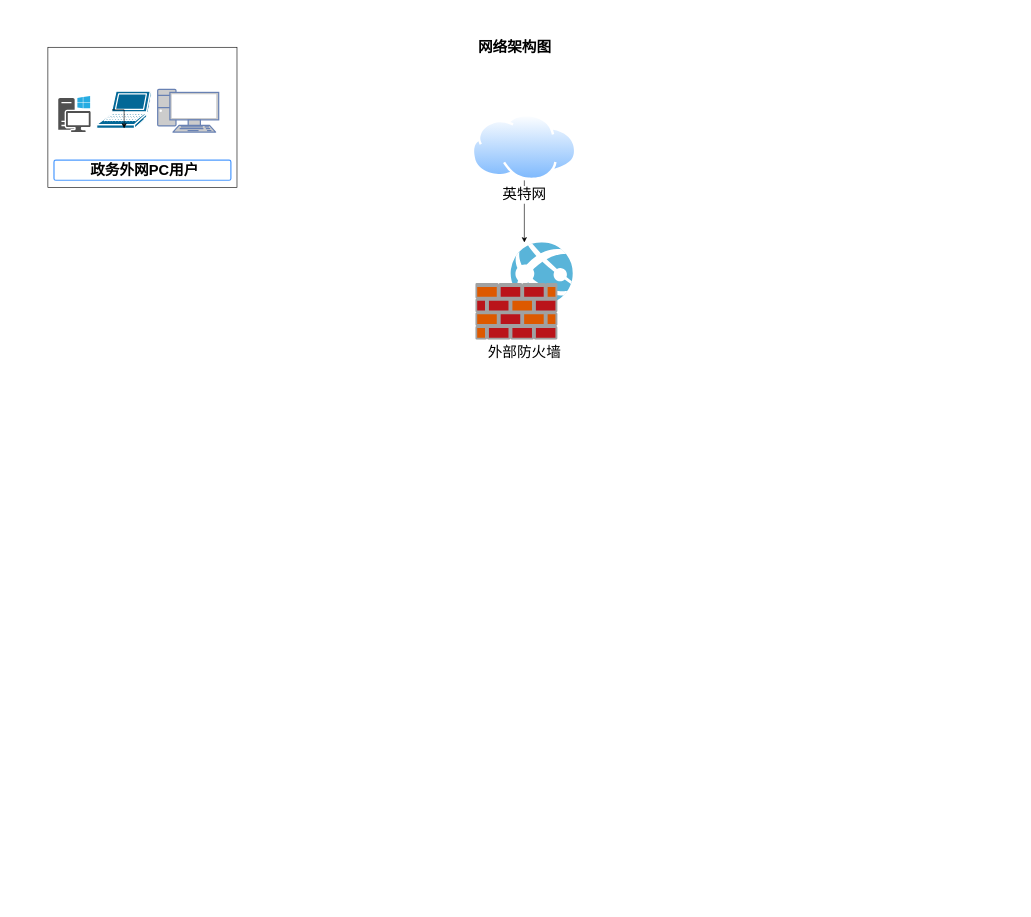
The draw.io diagram network/未命名绘图.drawio in MarchAwake/design-graph, before the edit. Source tidied: cells renumbered, new cells numbered last; positions are measured from the earlier drawing's top-left corner, leaving out a move shared by most shapes. Both pictures are drawn from the tidied source at 61%, with x=0, y=0 at pixel (48, 35). Pictures stored in the file or linked from it are replaced by grey dashed boxes.
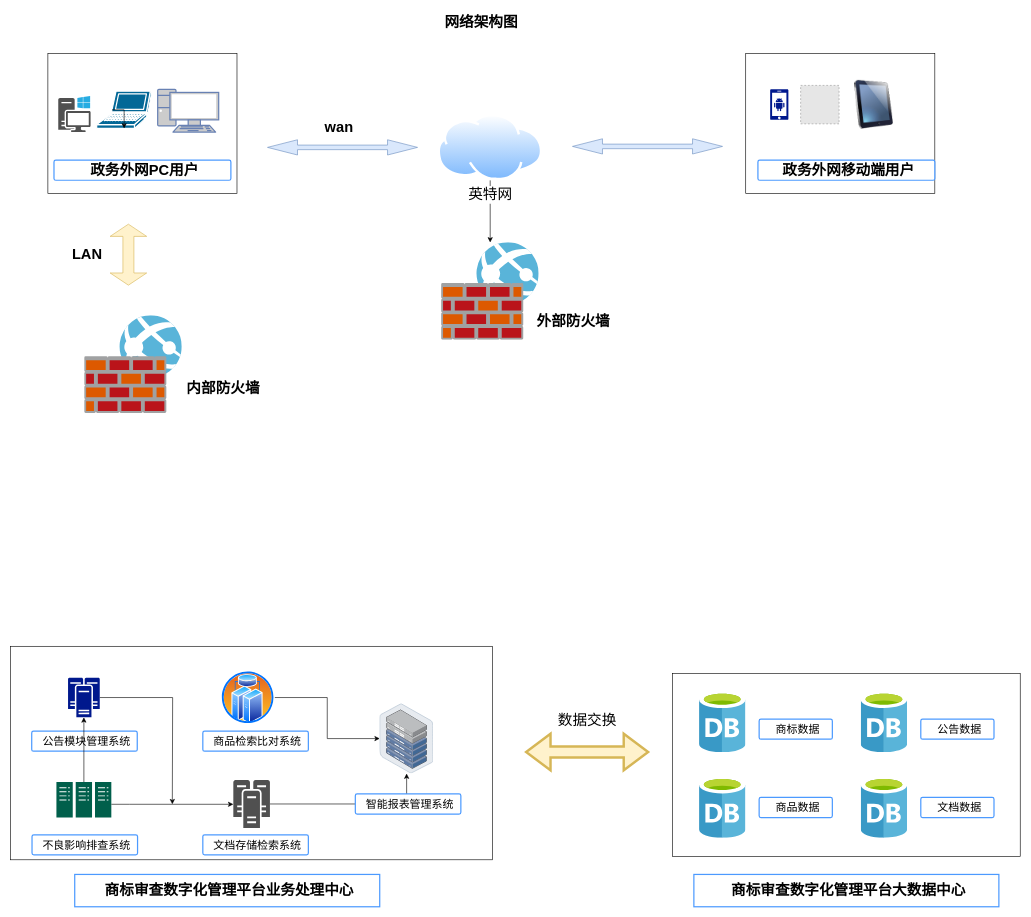
The same diagram, later.

Commit message:
更新未命名绘图.drawio

The edit, as a diff of the source:
```diff
@@
+    <mxCell id="12" style="rounded=0;whiteSpace=wrap;html=1;" parent="1" vertex="1">
+      <mxGeometry x="1024" y="1046.3" width="570" height="300" as="geometry" />
+    </mxCell>
+    <mxCell id="13" style="rounded=0;whiteSpace=wrap;html=1;" parent="1" vertex="1">
+      <mxGeometry x="1144" y="30" width="310" height="230" as="geometry" />
+    </mxCell>
     <mxCell id="2" style="rounded=0;whiteSpace=wrap;html=1;" parent="1" vertex="1">
-      <mxGeometry y="20" width="310" height="230" as="geometry" />
+      <mxGeometry y="30" width="310" height="230" as="geometry" />
     </mxCell>
     <mxCell id="3" value="网络架构图" style="text;strokeColor=none;fillColor=none;html=1;fontSize=24;fontStyle=1;verticalAlign=middle;align=center;" parent="1" vertex="1">
-      <mxGeometry x="480" width="570" height="40" as="geometry" />
+      <mxGeometry x="430" y="-40" width="560" height="40" as="geometry" />
     </mxCell>
-    <mxCell id="4" value="&lt;font face=&quot;Garamond&quot; style=&quot;font-size: 24px;&quot;&gt;外部防火墙&lt;/font&gt;" style="image;sketch=0;html=1;points=[];align=center;fontSize=12;image=img/lib/mscae/Web_App_Firewall.svg;" parent="1" vertex="1">
-      <mxGeometry x="701.1" y="340" width="160" height="160" as="geometry" />
+    <mxCell id="4" style="image;sketch=0;html=1;points=[];align=center;fontSize=12;image=img/lib/mscae/Web_App_Firewall.svg;" parent="1" vertex="1">
+      <mxGeometry x="645.1" y="340" width="160" height="160" as="geometry" />
     </mxCell>
@@
     <mxCell id="6" value="&lt;font face=&quot;Garamond&quot; style=&quot;font-size: 24px;&quot;&gt;英特网&lt;/font&gt;" style="image;perimeter=ellipsePerimeter;html=1;align=center;shadow=0;dashed=0;spacingTop=3;image=img/lib/active_directory/internet_cloud.svg;" parent="1" vertex="1">
-      <mxGeometry x="695.2" y="130" width="171.8" height="108.2" as="geometry" />
+      <mxGeometry x="639.2" y="130" width="171.8" height="108.2" as="geometry" />
     </mxCell>
@@
+    <mxCell id="14" style="sketch=0;shadow=0;dashed=0;html=1;strokeColor=none;labelPosition=center;verticalLabelPosition=bottom;verticalAlign=top;align=center;fillColor=#00188D;shape=mxgraph.mscae.enterprise.android_phone;" parent="1" vertex="1">
+      <mxGeometry x="1184" y="89" width="30" height="50" as="geometry" />
+    </mxCell>
+    <mxCell id="15" style="fillColor=#E6E6E6;strokeColor=#999999;dashed=1;html=1;verticalAlign=top;verticalLabelPosition=bottom;labelBackgroundColor=#ffffff;" parent="1" vertex="1">
+      <mxGeometry x="1234" y="82.5" width="63" height="63" as="geometry" />
+    </mxCell>
+    <mxCell id="16" style="image;html=1;image=img/lib/clip_art/computers/iPad_128x128.png;" parent="1" vertex="1">
+      <mxGeometry x="1314" y="74" width="80" height="80" as="geometry" />
+    </mxCell>
+    <mxCell id="17" value="&lt;font style=&quot;font-size: 24px;&quot;&gt;&lt;b&gt;政务外网移动端用户&lt;/b&gt;&lt;/font&gt;" style="rounded=1;arcSize=9;align=center;spacingLeft=5;strokeColor=#4C9AFF;html=1;strokeWidth=2;fontSize=12;" parent="1" vertex="1">
+      <mxGeometry x="1164" y="205" width="290" height="33" as="geometry" />
+    </mxCell>
+    <mxCell id="18" style="image;sketch=0;html=1;align=center;fontSize=12;image=img/lib/mscae/Database_General.svg;" parent="1" vertex="1">
+      <mxGeometry x="1068" y="1076.3" width="76" height="100" as="geometry" />
+    </mxCell>
+    <mxCell id="19" style="image;sketch=0;html=1;align=center;fontSize=12;image=img/lib/mscae/Database_General.svg;" parent="1" vertex="1">
+      <mxGeometry x="1333.1" y="1076.3" width="76" height="100" as="geometry" />
+    </mxCell>
+    <mxCell id="20" style="image;sketch=0;html=1;align=center;fontSize=12;image=img/lib/mscae/Database_General.svg;" parent="1" vertex="1">
+      <mxGeometry x="1333.1" y="1216.3" width="76" height="100" as="geometry" />
+    </mxCell>
+    <mxCell id="21" style="image;sketch=0;html=1;align=center;fontSize=12;image=img/lib/mscae/Database_General.svg;" parent="1" vertex="1">
+      <mxGeometry x="1068" y="1216.3" width="76" height="100" as="geometry" />
+    </mxCell>
+    <mxCell id="22" value="&lt;font style=&quot;font-size: 18px;&quot;&gt;商标数据&lt;/font&gt;" style="rounded=1;arcSize=9;fillColor=#ffffff;align=center;spacingLeft=5;strokeColor=#4C9AFF;html=1;strokeWidth=2;fontSize=12;" parent="1" vertex="1">
+      <mxGeometry x="1166" y="1121.3" width="120" height="33" as="geometry" />
+    </mxCell>
+    <mxCell id="23" value="&lt;span style=&quot;font-size: 18px;&quot;&gt;商品数据&lt;/span&gt;" style="rounded=1;arcSize=9;fillColor=#ffffff;align=center;spacingLeft=5;strokeColor=#4C9AFF;html=1;strokeWidth=2;fontSize=12;" parent="1" vertex="1">
+      <mxGeometry x="1166" y="1249.8" width="120" height="33" as="geometry" />
+    </mxCell>
+    <mxCell id="24" value="&lt;font style=&quot;font-size: 18px;&quot;&gt;公告数据&lt;/font&gt;" style="rounded=1;arcSize=9;fillColor=#ffffff;align=center;spacingLeft=5;strokeColor=#4C9AFF;html=1;strokeWidth=2;fontSize=12;" parent="1" vertex="1">
+      <mxGeometry x="1431" y="1121.3" width="120" height="33" as="geometry" />
+    </mxCell>
+    <mxCell id="25" value="&lt;font style=&quot;font-size: 18px;&quot;&gt;文档数据&lt;/font&gt;" style="rounded=1;arcSize=9;fillColor=#ffffff;align=center;spacingLeft=5;strokeColor=#4C9AFF;html=1;strokeWidth=2;fontSize=12;" parent="1" vertex="1">
+      <mxGeometry x="1431" y="1249.8" width="120" height="33" as="geometry" />
+    </mxCell>
+    <mxCell id="26" value="&lt;p class=&quot;MsoNormal&quot;&gt;&lt;font style=&quot;font-size: 24px;&quot;&gt;&lt;b style=&quot;&quot;&gt;商标审查数字化管理平台大数据中心&lt;/b&gt;&lt;/font&gt;&lt;/p&gt;" style="rounded=1;arcSize=0;align=center;spacingLeft=5;strokeColor=#4C9AFF;html=1;strokeWidth=2;fontSize=12;" parent="1" vertex="1">
+      <mxGeometry x="1059" y="1376" width="500" height="53" as="geometry" />
+    </mxCell>
+    <mxCell id="27" value="&lt;p class=&quot;MsoNormal&quot;&gt;&lt;font style=&quot;font-size: 24px;&quot;&gt;&lt;b style=&quot;&quot;&gt;商标审查数字化管理平台业务处理中心&lt;/b&gt;&lt;/font&gt;&lt;/p&gt;" style="rounded=1;arcSize=0;align=center;spacingLeft=5;strokeColor=#4C9AFF;html=1;strokeWidth=2;fontSize=12;" parent="1" vertex="1">
+      <mxGeometry x="44" y="1376" width="500" height="53" as="geometry" />
+    </mxCell>
+    <mxCell id="28" style="rounded=0;whiteSpace=wrap;html=1;" parent="1" vertex="1">
+      <mxGeometry x="-61" y="1002" width="790" height="350" as="geometry" />
+    </mxCell>
+    <mxCell id="29" style="edgeStyle=orthogonalEdgeStyle;rounded=0;jettySize=auto;html=1;" parent="1" edge="1" source="30">
+      <mxGeometry relative="1" as="geometry">
+        <mxPoint x="204" y="1261" as="targetPoint" />
+      </mxGeometry>
+    </mxCell>
+    <mxCell id="30" style="sketch=0;shadow=0;dashed=0;html=1;strokeColor=none;labelPosition=center;verticalLabelPosition=bottom;verticalAlign=top;align=center;fillColor=#00188D;shape=mxgraph.mscae.enterprise.cluster_server;" parent="1" vertex="1">
+      <mxGeometry x="33" y="1053.5" width="52" height="65" as="geometry" />
+    </mxCell>
+    <mxCell id="31" value="&lt;font style=&quot;font-size: 18px;&quot;&gt;公告模块管理系统&lt;/font&gt;" style="rounded=1;arcSize=9;fillColor=#ffffff;align=center;spacingLeft=5;strokeColor=#4C9AFF;html=1;strokeWidth=2;fontSize=12;" parent="1" vertex="1">
+      <mxGeometry x="-26.5" y="1141" width="173" height="33" as="geometry" />
+    </mxCell>
+    <mxCell id="32" style="edgeStyle=orthogonalEdgeStyle;rounded=0;jettySize=auto;html=1;exitX=1;exitY=0.5;exitDx=0;exitDy=0;" parent="1" edge="1" source="33" target="42">
+      <mxGeometry relative="1" as="geometry" />
+    </mxCell>
+    <mxCell id="33" style="image;perimeter=ellipsePerimeter;html=1;align=center;shadow=0;dashed=0;spacingTop=3;image=img/lib/active_directory/cluster_server.svg;" parent="1" vertex="1">
+      <mxGeometry x="284" y="1042" width="88" height="88" as="geometry" />
+    </mxCell>
+    <mxCell id="34" value="&lt;p class=&quot;MsoNormal&quot;&gt;&lt;font style=&quot;font-size: 18px;&quot;&gt;商品检索比对系统&lt;/font&gt;&lt;/p&gt;" style="rounded=1;arcSize=9;fillColor=#ffffff;align=center;spacingLeft=5;strokeColor=#4C9AFF;html=1;strokeWidth=2;fontSize=12;" parent="1" vertex="1">
+      <mxGeometry x="254" y="1141" width="173" height="33" as="geometry" />
+    </mxCell>
+    <mxCell id="35" style="edgeStyle=orthogonalEdgeStyle;rounded=0;jettySize=auto;html=1;" parent="1" edge="1" source="37" target="40">
+      <mxGeometry relative="1" as="geometry">
+        <Array as="points">
+          <mxPoint x="134" y="1261" />
+          <mxPoint x="134" y="1261" />
+        </Array>
+      </mxGeometry>
+    </mxCell>
+    <mxCell id="36" style="edgeStyle=orthogonalEdgeStyle;rounded=0;jettySize=auto;html=1;entryX=0.5;entryY=1;entryDx=0;entryDy=0;entryPerimeter=0;" parent="1" edge="1" source="37" target="30">
+      <mxGeometry relative="1" as="geometry" />
+    </mxCell>
+    <mxCell id="37" style="sketch=0;shadow=0;dashed=0;html=1;strokeColor=none;fillColor=#005F4B;labelPosition=center;verticalLabelPosition=bottom;verticalAlign=top;align=center;outlineConnect=0;shape=mxgraph.veeam2.server_cluster;" parent="1" vertex="1">
+      <mxGeometry x="14" y="1224.5" width="90" height="58" as="geometry" />
+    </mxCell>
+    <mxCell id="38" value="&lt;font style=&quot;font-size: 18px;&quot;&gt;不良影响排查系统&lt;/font&gt;" style="rounded=1;arcSize=9;fillColor=#ffffff;align=center;spacingLeft=5;strokeColor=#4C9AFF;html=1;strokeWidth=2;fontSize=12;" parent="1" vertex="1">
+      <mxGeometry x="-26" y="1311" width="173" height="33" as="geometry" />
+    </mxCell>
+    <mxCell id="39" style="edgeStyle=orthogonalEdgeStyle;rounded=0;jettySize=auto;html=1;" parent="1" edge="1" source="40" target="42">
+      <mxGeometry relative="1" as="geometry" />
+    </mxCell>
+    <mxCell id="40" style="sketch=0;shadow=0;dashed=0;html=1;strokeColor=none;fillColor=#505050;labelPosition=center;verticalLabelPosition=bottom;verticalAlign=top;outlineConnect=0;align=center;shape=mxgraph.office.servers.cluster_server;" parent="1" vertex="1">
+      <mxGeometry x="304" y="1221" width="60" height="79" as="geometry" />
+    </mxCell>
+    <mxCell id="41" value="&lt;font style=&quot;font-size: 18px;&quot;&gt;文档存储检索系统&lt;/font&gt;" style="rounded=1;arcSize=9;fillColor=#ffffff;align=center;spacingLeft=5;strokeColor=#4C9AFF;html=1;strokeWidth=2;fontSize=12;" parent="1" vertex="1">
+      <mxGeometry x="254" y="1311" width="173" height="33" as="geometry" />
+    </mxCell>
+    <mxCell id="42" style="image;points=[];html=1;align=center;shadow=0;dashed=0;image=img/lib/allied_telesis/storage/Datacenter_Server_Half_Rack_ToR.svg;" parent="1" vertex="1">
+      <mxGeometry x="544" y="1096" width="88.2" height="114.6" as="geometry" />
+    </mxCell>
+    <mxCell id="43" value="&lt;font style=&quot;font-size: 18px;&quot;&gt;智能报表管理系统&lt;/font&gt;" style="rounded=1;arcSize=9;fillColor=#ffffff;align=center;spacingLeft=5;strokeColor=#4C9AFF;html=1;strokeWidth=2;fontSize=12;" parent="1" vertex="1">
+      <mxGeometry x="504" y="1244" width="173" height="33" as="geometry" />
+    </mxCell>
+    <mxCell id="44" style="shape=doubleArrow;direction=south;whiteSpace=wrap;html=1;rotation=90;fillColor=#fff2cc;strokeColor=#d6b656;strokeWidth=4;" parent="1" vertex="1">
+      <mxGeometry x="854" y="1075.3" width="60" height="200" as="geometry" />
+    </mxCell>
+    <mxCell id="45" value="&lt;font style=&quot;font-size: 24px;&quot;&gt;数据交换&lt;/font&gt;" style="text;html=1;align=center;verticalAlign=middle;strokeColor=none;fillColor=none;" parent="1" vertex="1">
+      <mxGeometry x="824" y="1103" width="120" height="40" as="geometry" />
+    </mxCell>
+    <mxCell id="46" value="外部防火墙" style="text;strokeColor=none;fillColor=none;html=1;fontSize=24;fontStyle=1;verticalAlign=middle;align=center;" parent="1" vertex="1">
+      <mxGeometry x="811" y="450" width="100" height="40" as="geometry" />
+    </mxCell>
+    <mxCell id="47" style="shape=doubleArrow;whiteSpace=wrap;html=1;fillColor=#dae8fc;strokeColor=#6c8ebf;" parent="1" vertex="1">
+      <mxGeometry x="360" y="171.6" width="246" height="25" as="geometry" />
+    </mxCell>
+    <mxCell id="48" style="shape=doubleArrow;whiteSpace=wrap;html=1;fillColor=#dae8fc;strokeColor=#6c8ebf;" parent="1" vertex="1">
+      <mxGeometry x="860" y="170" width="246" height="25" as="geometry" />
+    </mxCell>
+    <mxCell id="49" style="image;sketch=0;html=1;align=center;fontSize=12;image=img/lib/mscae/Web_App_Firewall.svg;" parent="1" vertex="1">
+      <mxGeometry x="60" y="460" width="160" height="160" as="geometry" />
+    </mxCell>
+    <mxCell id="50" style="shape=doubleArrow;direction=south;whiteSpace=wrap;html=1;fillColor=#fff2cc;strokeColor=#d6b656;" parent="1" vertex="1">
+      <mxGeometry x="102" y="310" width="60" height="100" as="geometry" />
+    </mxCell>
+    <mxCell id="51" value="wan" style="text;strokeColor=none;fillColor=none;html=1;fontSize=24;fontStyle=1;verticalAlign=middle;align=center;" parent="1" vertex="1">
+      <mxGeometry x="427" y="131.6" width="100" height="40" as="geometry" />
+    </mxCell>
+    <mxCell id="52" value="LAN" style="text;strokeColor=none;fillColor=none;html=1;fontSize=24;fontStyle=1;verticalAlign=middle;align=center;" parent="1" vertex="1">
+      <mxGeometry x="14" y="340" width="100" height="40" as="geometry" />
+    </mxCell>
+    <mxCell id="53" value="内部防火墙" style="text;strokeColor=none;fillColor=none;html=1;fontSize=24;fontStyle=1;verticalAlign=middle;align=center;" parent="1" vertex="1">
+      <mxGeometry x="214" y="559" width="146" height="40" as="geometry" />
+    </mxCell>
```
